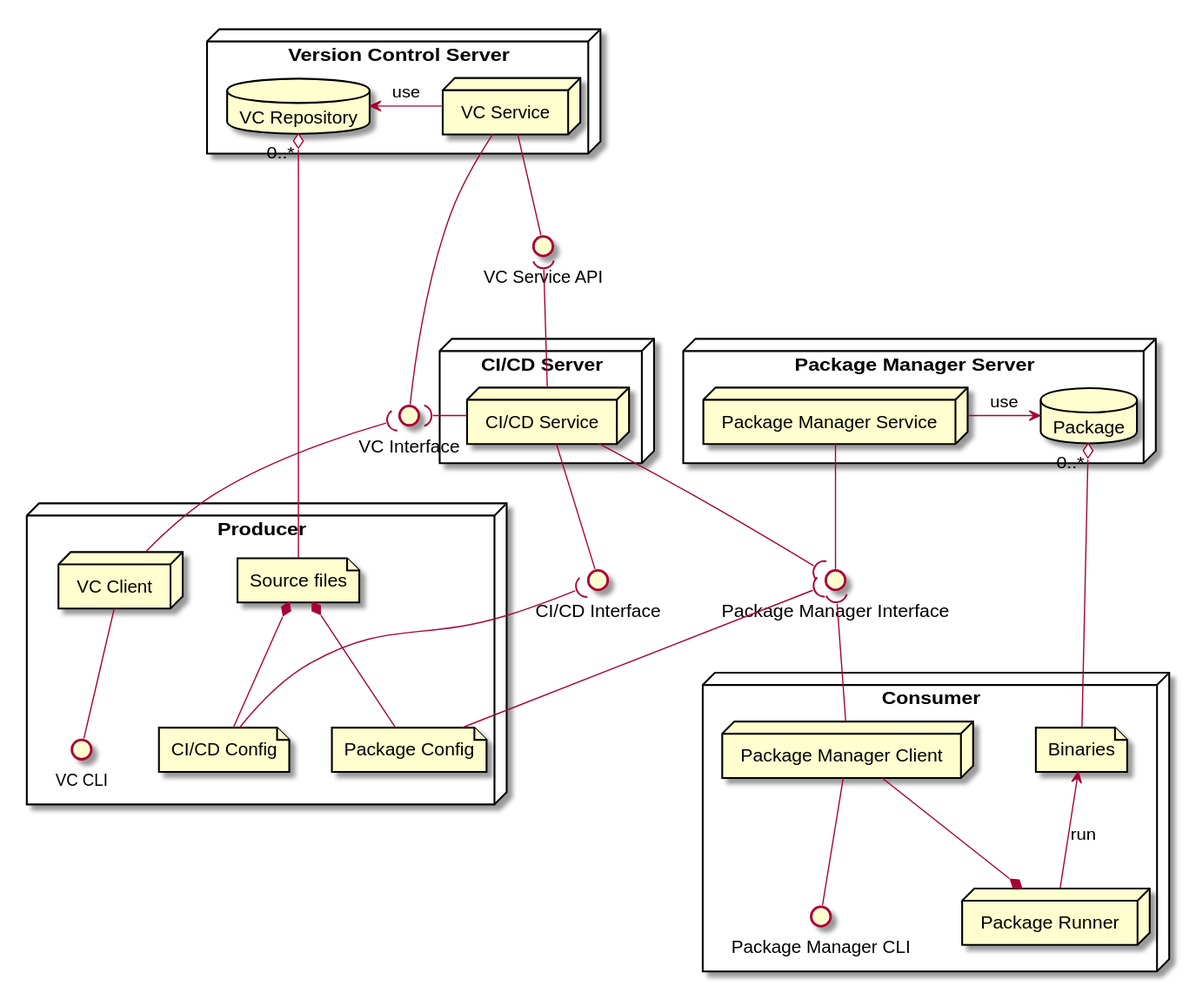
Before: doc/uml/cli/anonymous_boxes.svg, a diagram exported from PlantUML (imazzine/design).
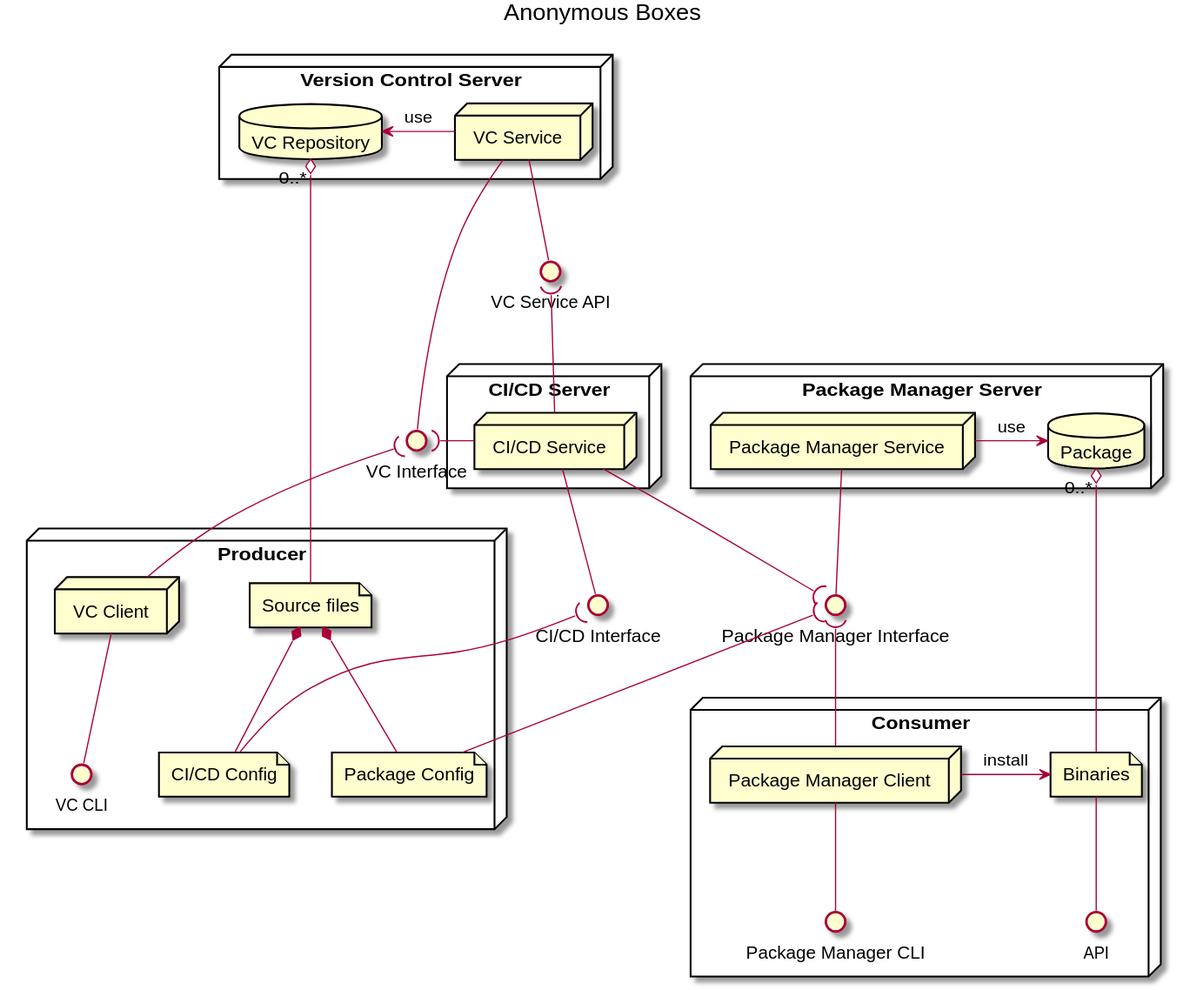
After the commit.

Diff of the diagram source:
```diff
@@ -1,4 +1,5 @@
 @startuml anonymous_boxes
+    title Anonymous Boxes
 
     node "Version Control Server" as VCServer {
         database "VC Repository" as VCRepo
@@ -44,16 +45,15 @@
     }
 
     node "Consumer" as Consumer {
-        node "Package Manager Client" as PackageClientC
-        interface "Package Manager CLI" as Package_CLI_C
-        PackageInterface )-- PackageClientC
-        PackageClientC -- Package_CLI_C
-
-        node "Package Runner" as PackageRunner
-        PackageClientC --* PackageRunner
+        node "Package Manager Client" as PackageClient
+        interface "Package Manager CLI" as Package_CLI
+        PackageInterface )-- PackageClient
+        PackageClient -- Package_CLI
 
         file "Binaries" as Binaries
+        interface "API" as API
         PackagePackage "0..*" o-- Binaries
-        Binaries <-- PackageRunner: run
+        PackageClient -> Binaries: install
+        Binaries -- API
     }
 @enduml
```
